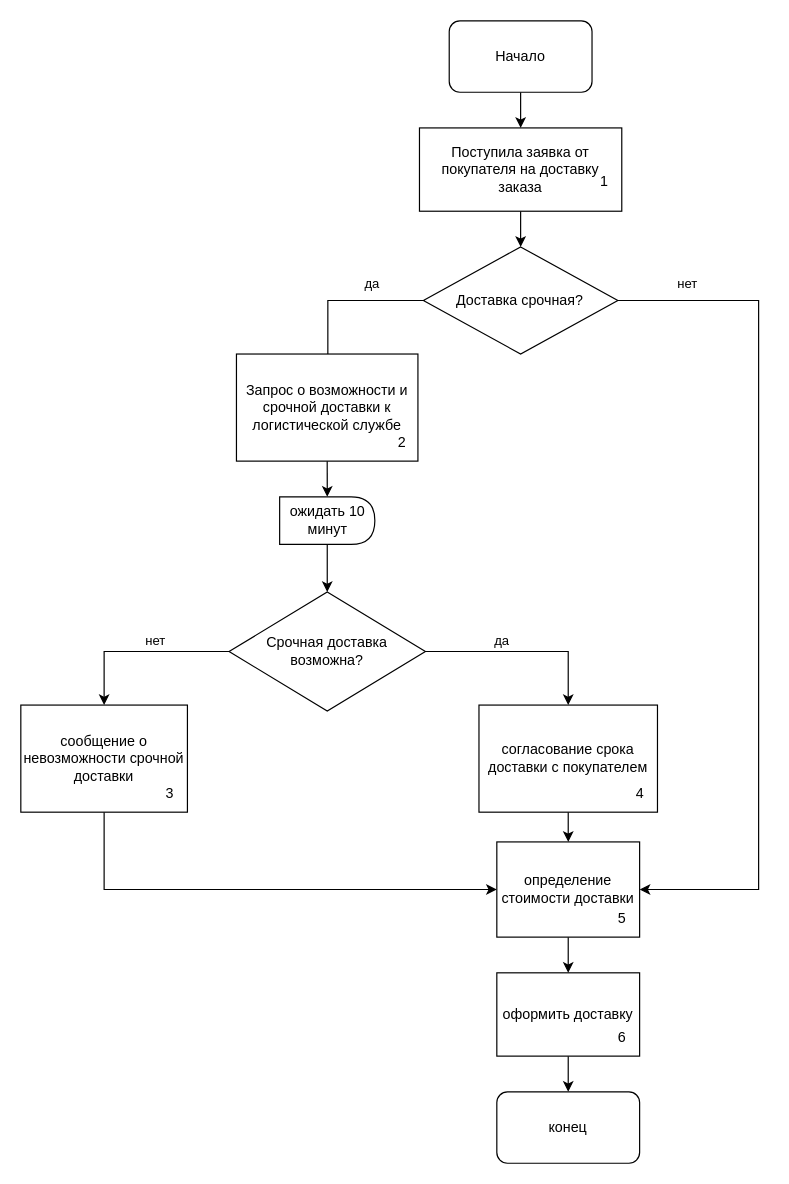
This is 3 курс/5 семестр/Моделирование бизнес-процессов/Практика 26/pr26.drawio from Kirill010/RTU-MIREA, a draw.io file, before an edit. Source tidied: cells renumbered, new cells numbered last; positions are measured from the earlier drawing's top-left corner, leaving out a move shared by most shapes. Both pictures are drawn from the tidied source at 119%, with x=0, y=0 at pixel (20, 20).
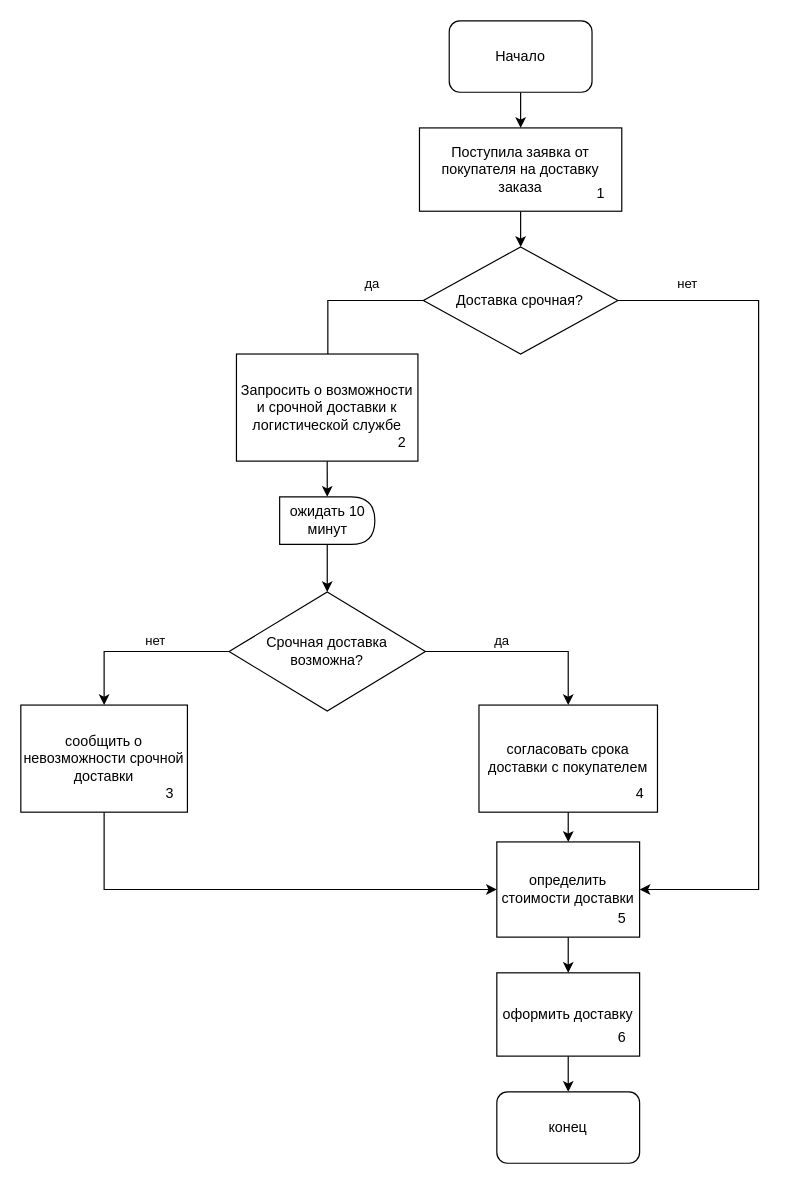
The same diagram, later.

What changed in the source:
```diff
@@
-    <mxCell id="12" value="Запрос о возможности и срочной доставки к логистической службе" style="rounded=0;whiteSpace=wrap;html=1;" parent="1" vertex="1">
+    <mxCell id="12" value="Запросить о возможности и срочной доставки к логистической службе" style="rounded=0;whiteSpace=wrap;html=1;" parent="1" vertex="1">
       <mxGeometry x="181.2" y="280" width="152.5" height="90" as="geometry" />
     </mxCell>
@@
-    <mxCell id="21" value="сообщение о невозможности срочной доставки" style="rounded=0;whiteSpace=wrap;html=1;" parent="1" vertex="1">
+    <mxCell id="21" value="сообщить о невозможности срочной доставки" style="rounded=0;whiteSpace=wrap;html=1;" parent="1" vertex="1">
       <mxGeometry y="575" width="140" height="90" as="geometry" />
     </mxCell>
@@
-    <mxCell id="23" value="согласование срока доставки с покупателем" style="rounded=0;whiteSpace=wrap;html=1;" parent="1" vertex="1">
+    <mxCell id="23" value="согласовать срока доставки с покупателем" style="rounded=0;whiteSpace=wrap;html=1;" parent="1" vertex="1">
       <mxGeometry x="385" y="575" width="150" height="90" as="geometry" />
     </mxCell>
@@
-    <mxCell id="25" value="определение стоимости доставки" style="rounded=0;whiteSpace=wrap;html=1;" parent="1" vertex="1">
+    <mxCell id="25" value="определить стоимости доставки" style="rounded=0;whiteSpace=wrap;html=1;" parent="1" vertex="1">
       <mxGeometry x="400" y="690" width="120" height="80" as="geometry" />
     </mxCell>
@@
     <mxCell id="29" value="1" style="text;html=1;align=center;verticalAlign=middle;strokeColor=none;fillColor=none;" parent="1" vertex="1">
-      <mxGeometry x="475" y="120" width="30" height="30" as="geometry" />
+      <mxGeometry x="471.7" y="130" width="30" height="30" as="geometry" />
     </mxCell>
```
